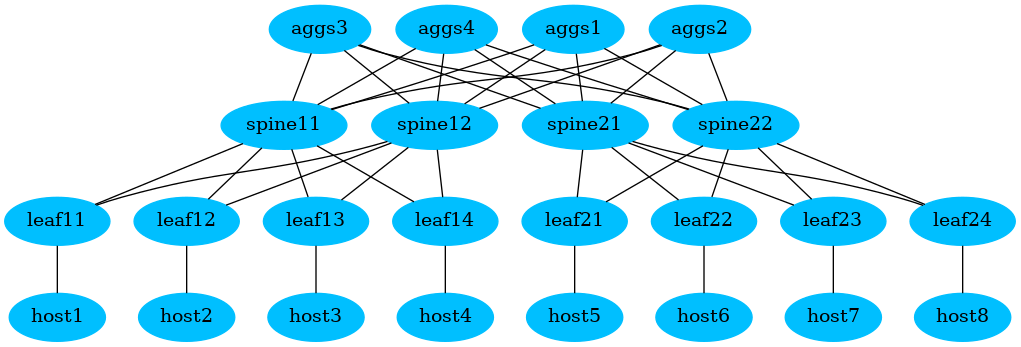
The Graphviz diagram topology/autogen.gv.png in akarneliuk/hs-dc, before a commit. Its source is kept beside it as topology/autogen.gv.
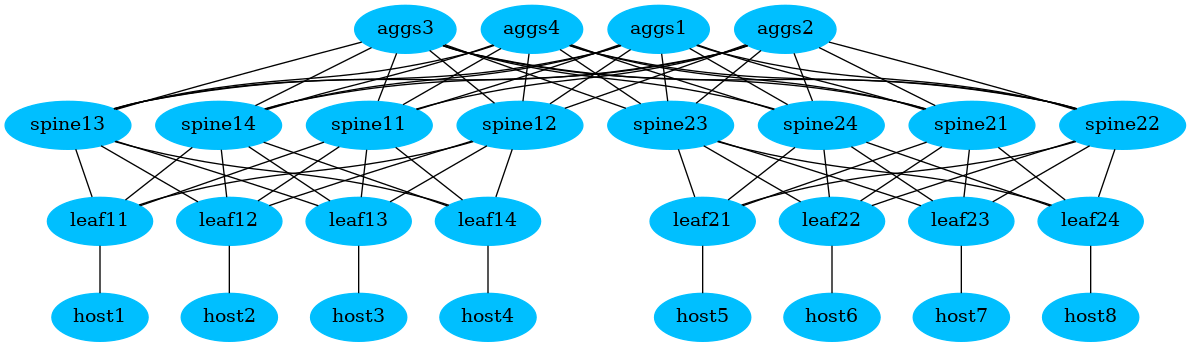
After the change.

Change to the diagram source:
```diff
@@ -6,8 +6,12 @@
 	aggs4 [dev_type="microsoft-sonic"]
 	spine11 [dev_type="microsoft-sonic" pod=A]
 	spine12 [dev_type="microsoft-sonic" pod=A]
+	spine13 [dev_type="microsoft-sonic" pod=A]
+	spine14 [dev_type="microsoft-sonic" pod=A]
 	spine21 [dev_type="microsoft-sonic" pod=B]
 	spine22 [dev_type="microsoft-sonic" pod=B]
+	spine23 [dev_type="microsoft-sonic" pod=B]
+	spine24 [dev_type="microsoft-sonic" pod=B]
 	leaf11 [dev_type="microsoft-sonic" pod=A]
 	leaf12 [dev_type="microsoft-sonic" pod=A]
 	leaf13 [dev_type="microsoft-sonic" pod=A]
@@ -40,6 +44,14 @@
 	spine12 -- leaf12 [type=link_dc]
 	spine12 -- leaf13 [type=link_dc]
 	spine12 -- leaf14 [type=link_dc]
+	spine13 -- leaf11 [type=link_dc]
+	spine13 -- leaf12 [type=link_dc]
+	spine13 -- leaf13 [type=link_dc]
+	spine13 -- leaf14 [type=link_dc]
+	spine14 -- leaf11 [type=link_dc]
+	spine14 -- leaf12 [type=link_dc]
+	spine14 -- leaf13 [type=link_dc]
+	spine14 -- leaf14 [type=link_dc]
 	spine21 -- leaf21 [type=link_dc]
 	spine21 -- leaf22 [type=link_dc]
 	spine21 -- leaf23 [type=link_dc]
@@ -48,20 +60,44 @@
 	spine22 -- leaf22 [type=link_dc]
 	spine22 -- leaf23 [type=link_dc]
 	spine22 -- leaf24 [type=link_dc]
+	spine23 -- leaf21 [type=link_dc]
+	spine23 -- leaf22 [type=link_dc]
+	spine23 -- leaf23 [type=link_dc]
+	spine23 -- leaf24 [type=link_dc]
+	spine24 -- leaf21 [type=link_dc]
+	spine24 -- leaf22 [type=link_dc]
+	spine24 -- leaf23 [type=link_dc]
+	spine24 -- leaf24 [type=link_dc]
 	aggs1 -- spine11 [type=link_dc]
 	aggs1 -- spine12 [type=link_dc]
+	aggs1 -- spine13 [type=link_dc]
+	aggs1 -- spine14 [type=link_dc]
 	aggs1 -- spine21 [type=link_dc]
 	aggs1 -- spine22 [type=link_dc]
+	aggs1 -- spine23 [type=link_dc]
+	aggs1 -- spine24 [type=link_dc]
 	aggs2 -- spine11 [type=link_dc]
 	aggs2 -- spine12 [type=link_dc]
+	aggs2 -- spine13 [type=link_dc]
+	aggs2 -- spine14 [type=link_dc]
 	aggs2 -- spine21 [type=link_dc]
 	aggs2 -- spine22 [type=link_dc]
+	aggs2 -- spine23 [type=link_dc]
+	aggs2 -- spine24 [type=link_dc]
 	aggs3 -- spine11 [type=link_dc]
 	aggs3 -- spine12 [type=link_dc]
+	aggs3 -- spine13 [type=link_dc]
+	aggs3 -- spine14 [type=link_dc]
 	aggs3 -- spine21 [type=link_dc]
 	aggs3 -- spine22 [type=link_dc]
+	aggs3 -- spine23 [type=link_dc]
+	aggs3 -- spine24 [type=link_dc]
 	aggs4 -- spine11 [type=link_dc]
 	aggs4 -- spine12 [type=link_dc]
+	aggs4 -- spine13 [type=link_dc]
+	aggs4 -- spine14 [type=link_dc]
 	aggs4 -- spine21 [type=link_dc]
 	aggs4 -- spine22 [type=link_dc]
+	aggs4 -- spine23 [type=link_dc]
+	aggs4 -- spine24 [type=link_dc]
 }
```
